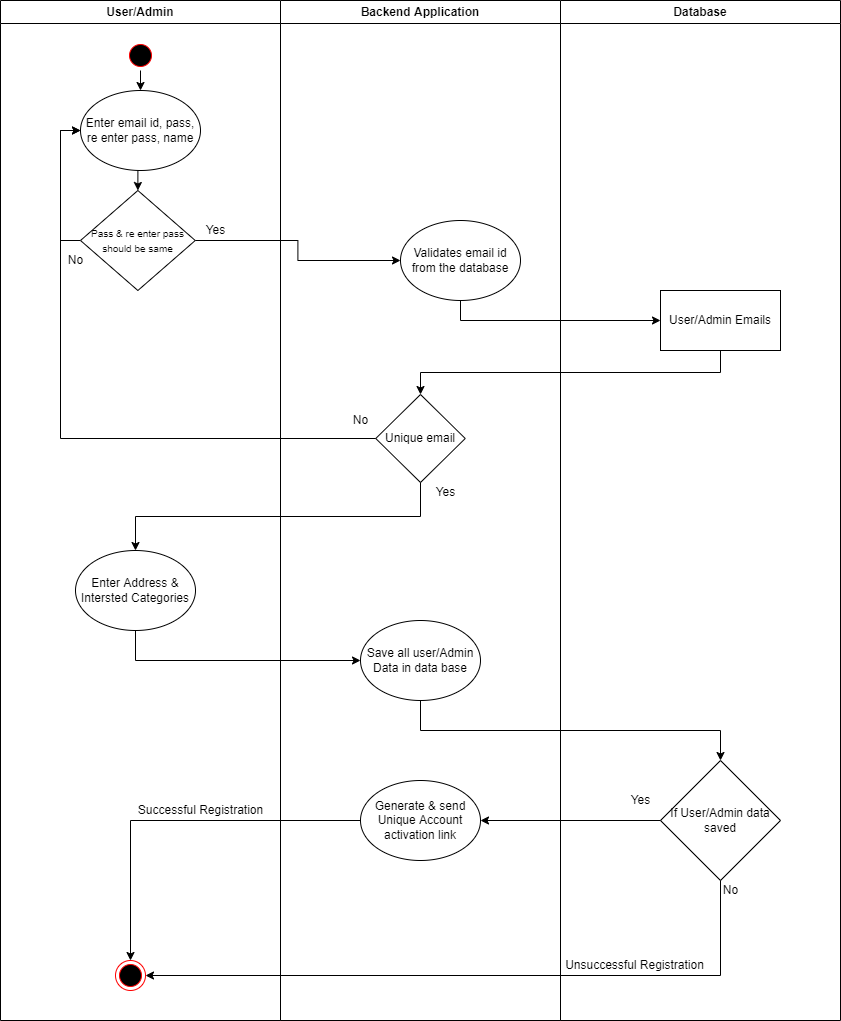
Earlier version of the draw.io export Activity Diagram/Register.png (mohitleo03/Software-Engineering-Project-Management). Source tidied: cells renumbered, new cells last; positions are measured from the earlier drawing's top-left corner, leaving out a move shared by most shapes.
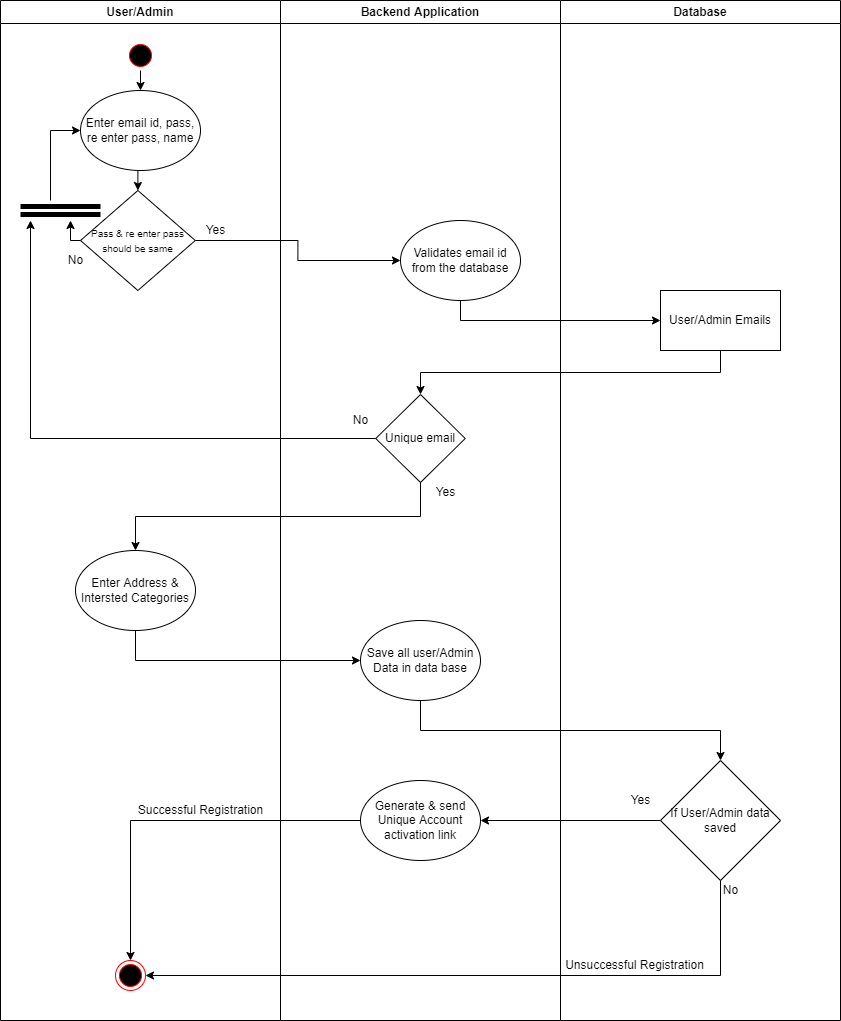
Above is the later version.

Diff of the diagram source:
```diff
@@ -20,9 +20,6 @@
     <mxCell id="7" style="ellipse;shape=endState;fillColor=#000000;strokeColor=#ff0000;" parent="2" vertex="1">
       <mxGeometry x="115" y="960" width="30" height="30" as="geometry" />
     </mxCell>
-    <mxCell id="8" style="edgeStyle=orthogonalEdgeStyle;rounded=0;jettySize=auto;html=1;exitX=0;exitY=0.5;exitDx=0;exitDy=0;entryX=0;entryY=0.5;entryDx=0;entryDy=0;fontSize=10;" parent="2" edge="1" source="9" target="6">
-      <mxGeometry relative="1" as="geometry" />
-    </mxCell>
     <mxCell id="9" value="&lt;font style=&quot;font-size: 10px&quot;&gt;Pass &amp;amp; re enter pass should be same&lt;/font&gt;" style="rhombus;whiteSpace=wrap;html=1;" parent="2" vertex="1">
       <mxGeometry x="80" y="190" width="114.8" height="100" as="geometry" />
     </mxCell>
@@ -35,6 +32,14 @@
     <mxCell id="12" value="Enter Address &amp;amp; Intersted Categories" style="ellipse;whiteSpace=wrap;html=1;" parent="2" vertex="1">
       <mxGeometry x="75" y="550" width="120" height="80" as="geometry" />
     </mxCell>
+    <mxCell id="37" style="endArrow=classic;html=1;rounded=0;entryX=0;entryY=0.5;entryDx=0;entryDy=0;" parent="2" edge="1" target="6">
+      <mxGeometry relative="1" as="geometry">
+        <mxPoint x="50" y="200" as="sourcePoint" />
+        <Array as="points">
+          <mxPoint x="50" y="130" />
+        </Array>
+      </mxGeometry>
+    </mxCell>
     <mxCell id="13" value="Backend Application" style="swimlane;whiteSpace=wrap;" parent="1" vertex="1">
       <mxGeometry x="280" width="280" height="1020" as="geometry" />
     </mxCell>
@@ -71,9 +76,6 @@
     <mxCell id="24" style="edgeStyle=orthogonalEdgeStyle;rounded=0;jettySize=auto;html=1;exitX=0.5;exitY=1;exitDx=0;exitDy=0;entryX=0.5;entryY=0;entryDx=0;entryDy=0;" parent="1" edge="1" source="21" target="15">
       <mxGeometry relative="1" as="geometry" />
     </mxCell>
-    <mxCell id="25" style="edgeStyle=orthogonalEdgeStyle;rounded=0;jettySize=auto;html=1;exitX=0;exitY=0.5;exitDx=0;exitDy=0;fontSize=12;entryX=0;entryY=0.5;entryDx=0;entryDy=0;" parent="1" edge="1" source="15" target="6">
-      <mxGeometry relative="1" as="geometry" />
-    </mxCell>
     <mxCell id="26" style="edgeStyle=orthogonalEdgeStyle;rounded=0;jettySize=auto;html=1;exitX=1;exitY=0.5;exitDx=0;exitDy=0;entryX=0;entryY=0.5;entryDx=0;entryDy=0;fontSize=12;" parent="1" edge="1" source="9" target="14">
       <mxGeometry relative="1" as="geometry" />
     </mxCell>
@@ -113,5 +115,21 @@
     <mxCell id="36" value="Unsuccessful Registration" style="text;html=1;align=center;verticalAlign=middle;strokeColor=none;fillColor=none;" parent="1" vertex="1">
       <mxGeometry x="559" y="955" width="150" height="20" as="geometry" />
     </mxCell>
+    <mxCell id="38" style="shape=link;html=1;rounded=0;fontSize=12;strokeColor=#000000;strokeWidth=5;endSize=11;startSize=1;" parent="1" edge="1">
+      <mxGeometry relative="1" as="geometry">
+        <mxPoint x="20" y="210" as="sourcePoint" />
+        <mxPoint x="100" y="210" as="targetPoint" />
+      </mxGeometry>
+    </mxCell>
+    <mxCell id="39" style="edgeStyle=orthogonalEdgeStyle;rounded=0;jettySize=auto;html=1;exitX=0;exitY=0.5;exitDx=0;exitDy=0;" parent="1" edge="1" source="9">
+      <mxGeometry relative="1" as="geometry">
+        <mxPoint x="70" y="220" as="targetPoint" />
+      </mxGeometry>
+    </mxCell>
+    <mxCell id="40" style="edgeStyle=orthogonalEdgeStyle;rounded=0;jettySize=auto;html=1;exitX=0;exitY=0.5;exitDx=0;exitDy=0;" parent="1" edge="1" source="15">
+      <mxGeometry relative="1" as="geometry">
+        <mxPoint x="30" y="220" as="targetPoint" />
+      </mxGeometry>
+    </mxCell>
   </root>
 </mxGraphModel>
```
